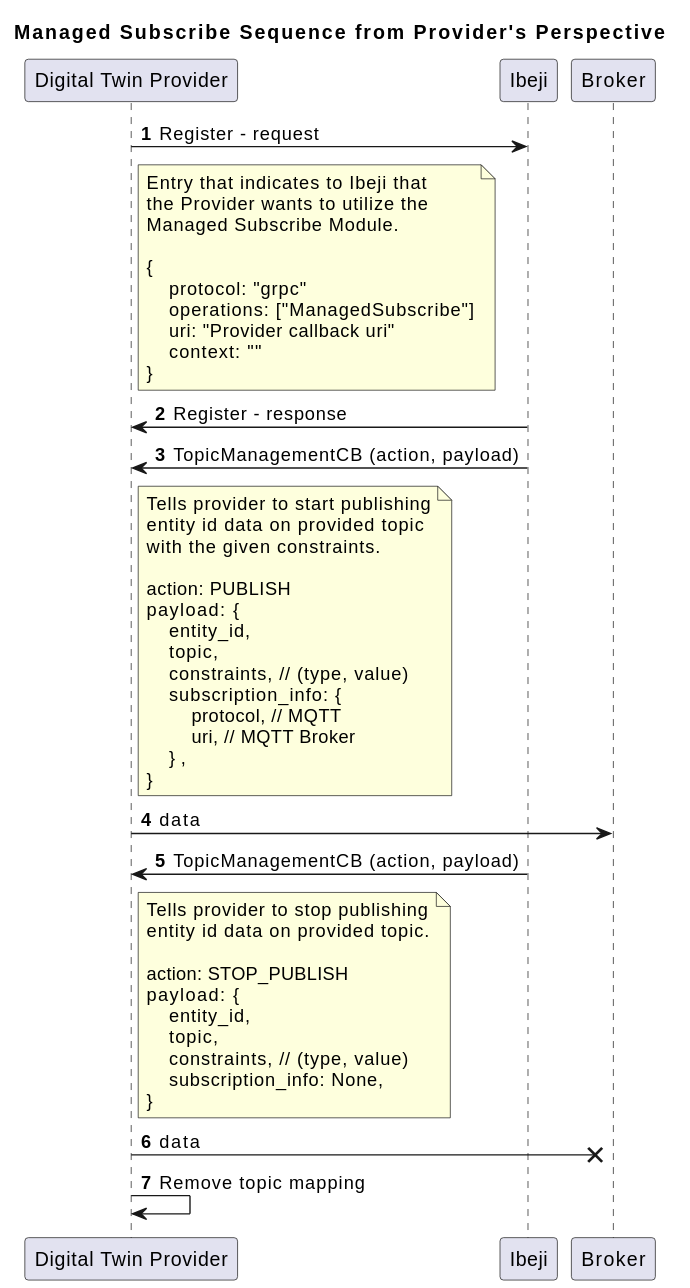
Before: docs/design/diagrams/managed_subscribe_provider_sequence.svg, a diagram exported from PlantUML (eclipse-ibeji/ibeji). Its diagram source:
```plantuml
@startuml Managed Subscribe Provider
title Managed Subscribe Sequence from Provider's Perspective
participant "Digital Twin Provider" as DTProvider
participant Ibeji
participant Broker

autonumber

DTProvider -> Ibeji: Register - request
note right of DTProvider
Entry that indicates to Ibeji that
the Provider wants to utilize the
Managed Subscribe Module.

{
    protocol: "grpc"
    operations: ["ManagedSubscribe"]
    uri: "Provider callback uri"
    context: ""
}
end note
Ibeji -> DTProvider: Register - response

Ibeji -> DTProvider: TopicManagementCB (action, payload)
note right of DTProvider
Tells provider to start publishing
entity id data on provided topic
with the given constraints.

action: PUBLISH
payload: {
    entity_id,
    topic,
    constraints, // (type, value)
    subscription_info: {
        protocol, // MQTT
        uri, // MQTT Broker
    },
}
end note
DTProvider -> Broker: data
DTProvider <- Ibeji: TopicManagementCB (action, payload)
note right of DTProvider
Tells provider to stop publishing
entity id data on provided topic.

action: STOP_PUBLISH
payload: {
    entity_id,
    topic,
    constraints, // (type, value)
    subscription_info: None,
}
end note
DTProvider ->x Broker: data
DTProvider -> DTProvider: Remove topic mapping
@enduml
```
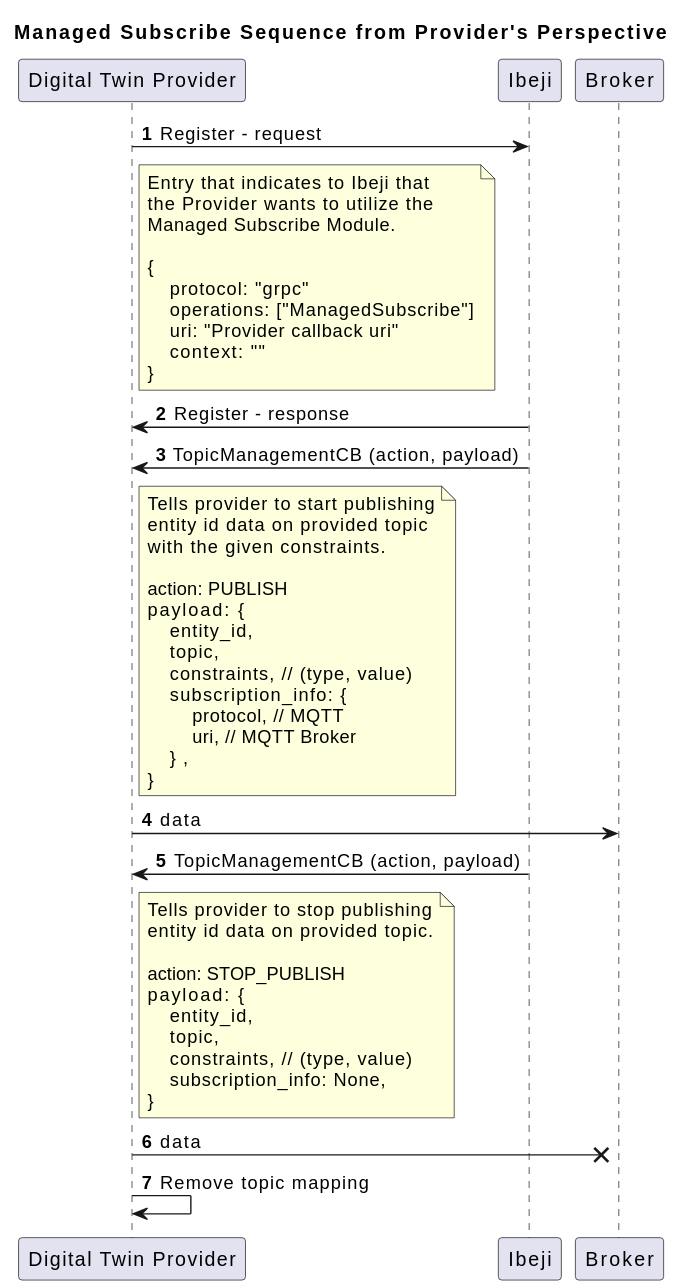
After the commit.

What changed in the source:
```diff
@@ -1,4 +1,4 @@
-@startuml Managed Subscribe Provider
+@startuml
 title Managed Subscribe Sequence from Provider's Perspective
 participant "Digital Twin Provider" as DTProvider
 participant Ibeji
```
